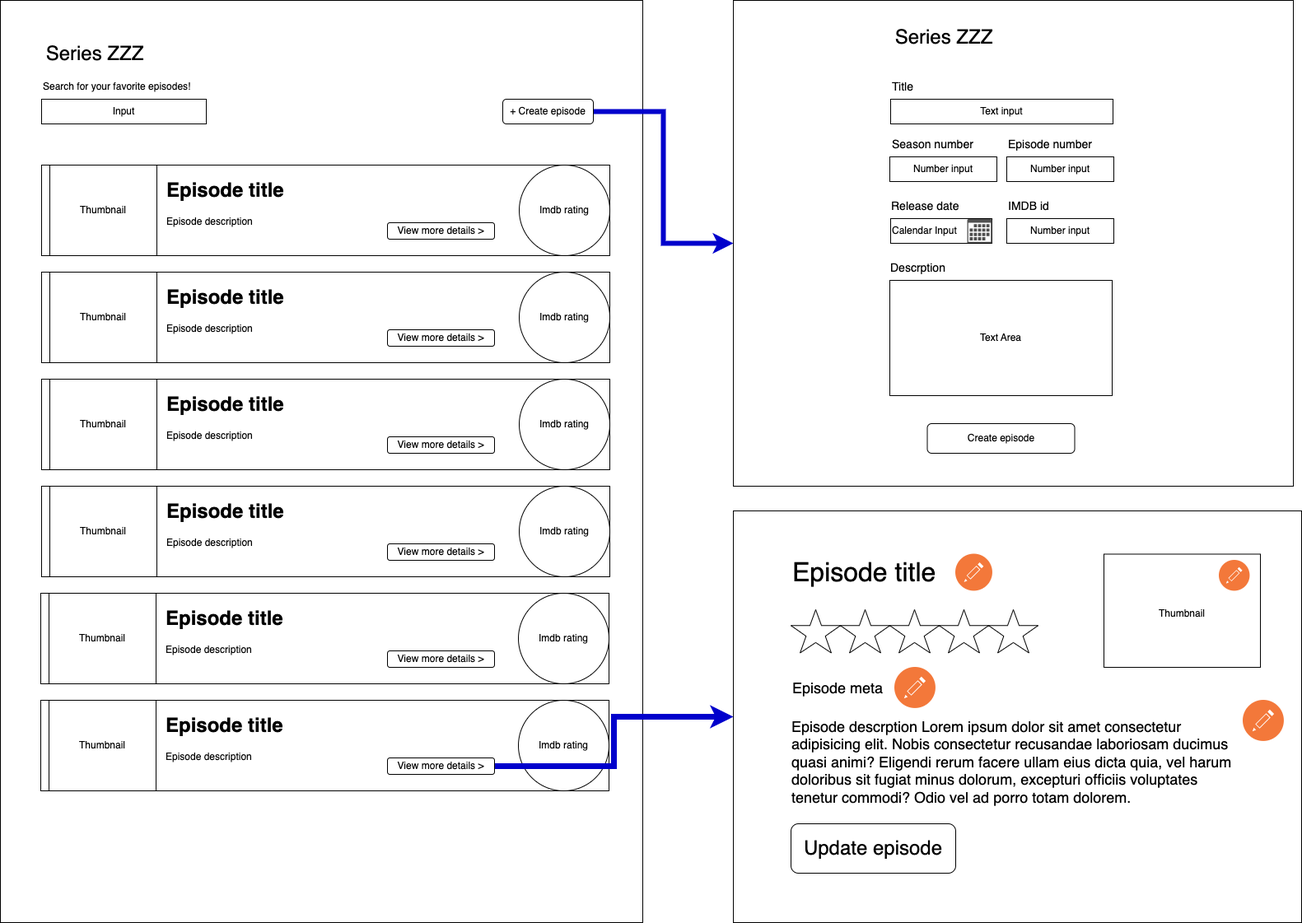
Above: wireframes/searchPage.png in FranciscoABMMiranda/Above-Challenge (draw.io), before the change. Source tidied: cells renumbered, new cells last; positions are measured from the earlier drawing's top-left corner, leaving out a move shared by most shapes.
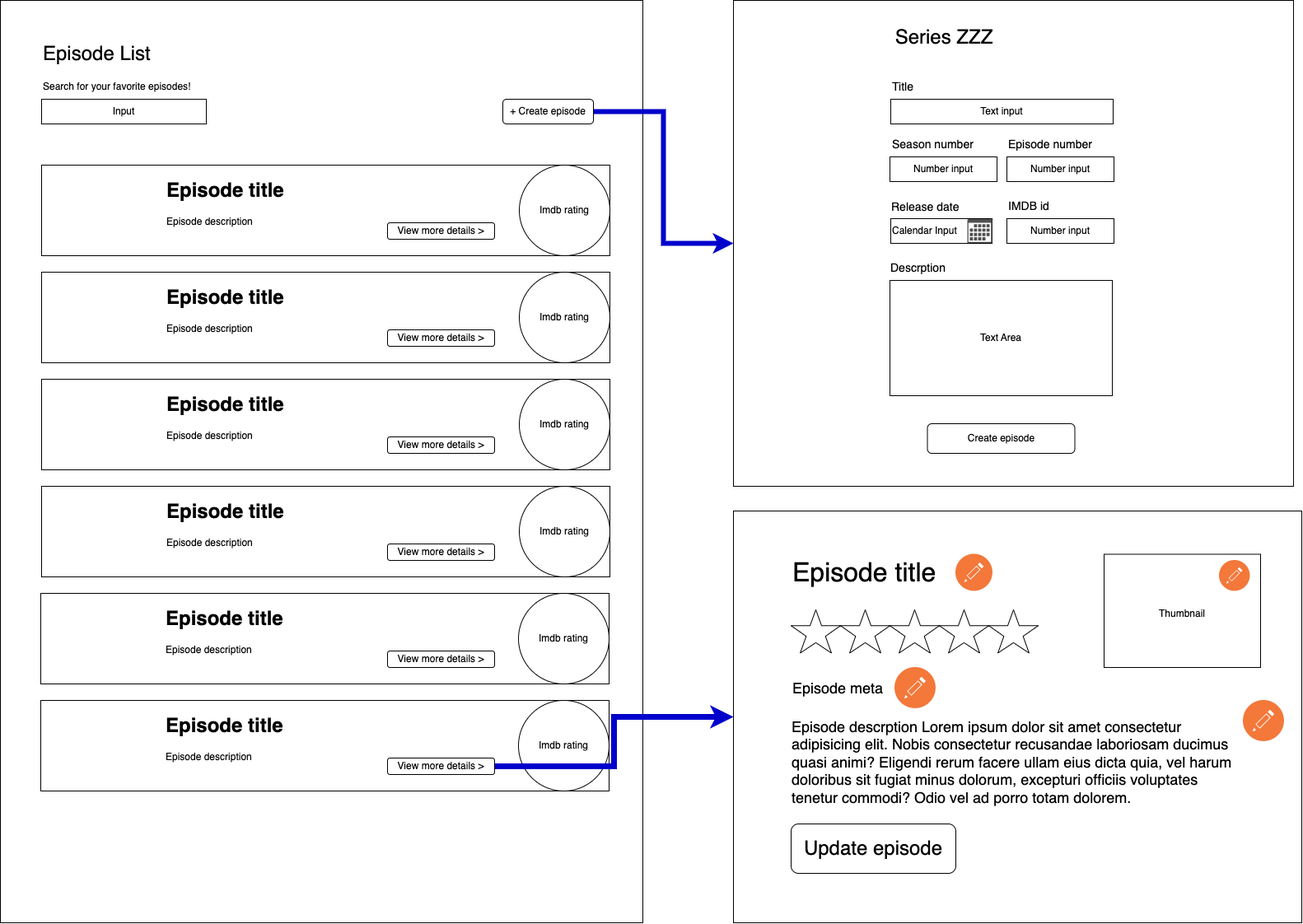
Above is the later version.

Change to the diagram source:
```diff
@@ -5,8 +5,8 @@
     <mxCell id="2" style="rounded=0;whiteSpace=wrap;html=1;" parent="1" vertex="1">
       <mxGeometry width="780" height="1120" as="geometry" />
     </mxCell>
-    <mxCell id="3" value="&lt;font style=&quot;font-size: 24px;&quot;&gt;Series ZZZ&lt;/font&gt;" style="text;html=1;align=center;verticalAlign=middle;whiteSpace=wrap;rounded=0;" parent="1" vertex="1">
-      <mxGeometry x="50" y="50" width="130" height="30" as="geometry" />
+    <mxCell id="3" value="&lt;font style=&quot;font-size: 24px;&quot;&gt;Episode List&lt;/font&gt;" style="text;html=1;align=left;verticalAlign=middle;whiteSpace=wrap;rounded=0;" parent="1" vertex="1">
+      <mxGeometry x="50" y="50" width="190" height="30" as="geometry" />
     </mxCell>
     <mxCell id="4" value="Search for your favorite episodes!" style="text;html=1;align=left;verticalAlign=middle;whiteSpace=wrap;rounded=0;" parent="1" vertex="1">
       <mxGeometry x="50" y="90" width="190" height="30" as="geometry" />
@@ -17,9 +17,6 @@
     <mxCell id="6" style="rounded=0;whiteSpace=wrap;html=1;" parent="1" vertex="1">
       <mxGeometry x="50" y="200" width="690" height="110" as="geometry" />
     </mxCell>
-    <mxCell id="7" value="Thumbnail" style="rounded=0;whiteSpace=wrap;html=1;" parent="1" vertex="1">
-      <mxGeometry x="60" y="200" width="130" height="110" as="geometry" />
-    </mxCell>
     <mxCell id="8" value="Imdb rating" style="ellipse;whiteSpace=wrap;html=1;" parent="1" vertex="1">
       <mxGeometry x="630" y="200" width="110" height="110" as="geometry" />
     </mxCell>
@@ -29,9 +26,6 @@
     <mxCell id="10" style="rounded=0;whiteSpace=wrap;html=1;" parent="1" vertex="1">
       <mxGeometry x="50" y="330" width="690" height="110" as="geometry" />
     </mxCell>
-    <mxCell id="11" value="Thumbnail" style="rounded=0;whiteSpace=wrap;html=1;" parent="1" vertex="1">
-      <mxGeometry x="60" y="330" width="130" height="110" as="geometry" />
-    </mxCell>
     <mxCell id="12" value="Imdb rating" style="ellipse;whiteSpace=wrap;html=1;" parent="1" vertex="1">
       <mxGeometry x="630" y="330" width="110" height="110" as="geometry" />
     </mxCell>
@@ -41,9 +35,6 @@
     <mxCell id="14" style="rounded=0;whiteSpace=wrap;html=1;" parent="1" vertex="1">
       <mxGeometry x="50" y="460" width="690" height="110" as="geometry" />
     </mxCell>
-    <mxCell id="15" value="Thumbnail" style="rounded=0;whiteSpace=wrap;html=1;" parent="1" vertex="1">
-      <mxGeometry x="60" y="460" width="130" height="110" as="geometry" />
-    </mxCell>
     <mxCell id="16" value="Imdb rating" style="ellipse;whiteSpace=wrap;html=1;" parent="1" vertex="1">
       <mxGeometry x="630" y="460" width="110" height="110" as="geometry" />
     </mxCell>
@@ -53,9 +44,6 @@
     <mxCell id="18" style="rounded=0;whiteSpace=wrap;html=1;" parent="1" vertex="1">
       <mxGeometry x="50" y="590" width="690" height="110" as="geometry" />
     </mxCell>
-    <mxCell id="19" value="Thumbnail" style="rounded=0;whiteSpace=wrap;html=1;" parent="1" vertex="1">
-      <mxGeometry x="60" y="590" width="130" height="110" as="geometry" />
-    </mxCell>
     <mxCell id="20" value="Imdb rating" style="ellipse;whiteSpace=wrap;html=1;" parent="1" vertex="1">
       <mxGeometry x="630" y="590" width="110" height="110" as="geometry" />
     </mxCell>
@@ -65,9 +53,6 @@
     <mxCell id="22" style="rounded=0;whiteSpace=wrap;html=1;" parent="1" vertex="1">
       <mxGeometry x="49" y="720" width="690" height="110" as="geometry" />
     </mxCell>
-    <mxCell id="23" value="Thumbnail" style="rounded=0;whiteSpace=wrap;html=1;" parent="1" vertex="1">
-      <mxGeometry x="59" y="720" width="130" height="110" as="geometry" />
-    </mxCell>
     <mxCell id="24" value="Imdb rating" style="ellipse;whiteSpace=wrap;html=1;" parent="1" vertex="1">
       <mxGeometry x="629" y="720" width="110" height="110" as="geometry" />
     </mxCell>
@@ -77,9 +62,6 @@
     <mxCell id="26" style="rounded=0;whiteSpace=wrap;html=1;" parent="1" vertex="1">
       <mxGeometry x="49" y="850" width="690" height="110" as="geometry" />
     </mxCell>
-    <mxCell id="27" value="Thumbnail" style="rounded=0;whiteSpace=wrap;html=1;" parent="1" vertex="1">
-      <mxGeometry x="59" y="850" width="130" height="110" as="geometry" />
-    </mxCell>
     <mxCell id="28" value="Imdb rating" style="ellipse;whiteSpace=wrap;html=1;" parent="1" vertex="1">
       <mxGeometry x="629" y="850" width="110" height="110" as="geometry" />
     </mxCell>
```
